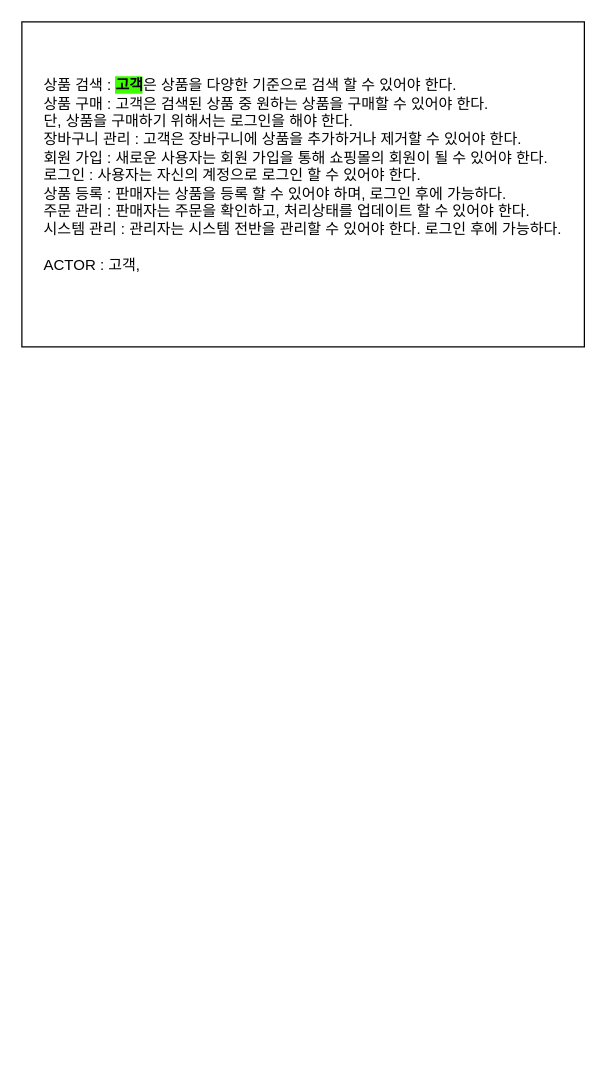
Above: 제목 없는 다이어그램.drawio in GyuminGomin/Architecture (draw.io), before the change. Source tidied: cells renumbered, new cells numbered last; positions are measured from the earlier drawing's top-left corner, leaving out a move shared by most shapes. Both pictures are drawn from the tidied source at 125%, with x=0, y=0 at pixel (21, 21).
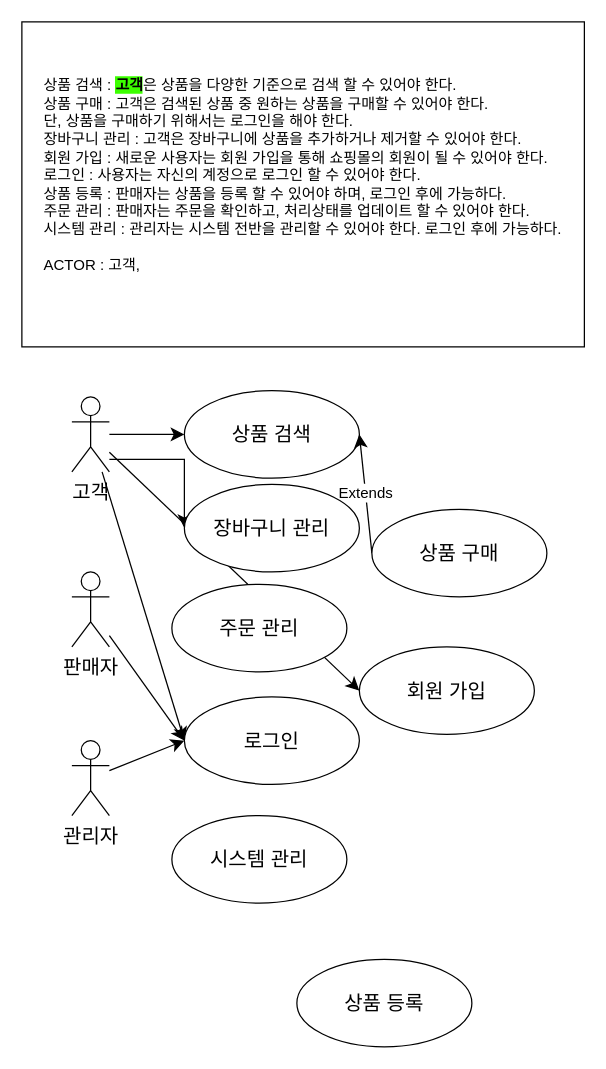
The same page after the edit.

Commit message:
제목 없는 다이어그램.drawio 업데이트

Diff of the diagram source:
```diff
@@
+    <mxCell id="3" style="edgeStyle=none;curved=1;rounded=0;jettySize=auto;html=1;entryX=0;entryY=0.5;entryDx=0;entryDy=0;fontSize=12;startSize=8;endSize=8;" parent="1" edge="1" source="7" target="12">
+      <mxGeometry relative="1" as="geometry" />
+    </mxCell>
+    <mxCell id="4" style="edgeStyle=none;curved=1;rounded=0;jettySize=auto;html=1;entryX=0;entryY=0.5;entryDx=0;entryDy=0;fontSize=12;startSize=8;endSize=8;" parent="1" edge="1" source="7" target="17">
+      <mxGeometry relative="1" as="geometry" />
+    </mxCell>
+    <mxCell id="5" style="edgeStyle=none;curved=1;rounded=0;jettySize=auto;html=1;entryX=0;entryY=0.5;entryDx=0;entryDy=0;fontSize=12;startSize=8;endSize=8;" parent="1" edge="1" source="7" target="16">
+      <mxGeometry relative="1" as="geometry" />
+    </mxCell>
+    <mxCell id="6" style="edgeStyle=orthogonalEdgeStyle;rounded=0;jettySize=auto;html=1;entryX=0;entryY=0.5;entryDx=0;entryDy=0;fontSize=12;startSize=8;endSize=8;" parent="1" edge="1" source="7" target="15">
+      <mxGeometry relative="1" as="geometry">
+        <Array as="points">
+          <mxPoint x="130" y="350" />
+        </Array>
+      </mxGeometry>
+    </mxCell>
+    <mxCell id="7" value="고객" style="shape=umlActor;verticalLabelPosition=bottom;verticalAlign=top;html=1;fontSize=16;" parent="1" vertex="1">
+      <mxGeometry x="40" y="300" width="30" height="60" as="geometry" />
+    </mxCell>
+    <mxCell id="8" style="edgeStyle=none;curved=1;rounded=0;jettySize=auto;html=1;fontSize=12;startSize=8;endSize=8;entryX=0;entryY=0.5;entryDx=0;entryDy=0;" parent="1" edge="1" source="9" target="17">
+      <mxGeometry relative="1" as="geometry" />
+    </mxCell>
+    <mxCell id="9" value="판매자" style="shape=umlActor;verticalLabelPosition=bottom;verticalAlign=top;html=1;fontSize=16;" parent="1" vertex="1">
+      <mxGeometry x="40" y="440" width="30" height="60" as="geometry" />
+    </mxCell>
+    <mxCell id="10" style="edgeStyle=none;curved=1;rounded=0;jettySize=auto;html=1;entryX=0;entryY=0.5;entryDx=0;entryDy=0;fontSize=12;startSize=8;endSize=8;" parent="1" edge="1" source="11" target="17">
+      <mxGeometry relative="1" as="geometry" />
+    </mxCell>
+    <mxCell id="11" value="관리자" style="shape=umlActor;verticalLabelPosition=bottom;verticalAlign=top;html=1;fontSize=16;" parent="1" vertex="1">
+      <mxGeometry x="40" y="575" width="30" height="60" as="geometry" />
+    </mxCell>
+    <mxCell id="12" value="상품 검색" style="ellipse;whiteSpace=wrap;html=1;fontSize=16;" parent="1" vertex="1">
+      <mxGeometry x="130" y="295" width="140" height="70" as="geometry" />
+    </mxCell>
+    <mxCell id="13" value="Extends" style="edgeStyle=none;curved=1;rounded=0;jettySize=auto;html=1;entryX=1;entryY=0.5;entryDx=0;entryDy=0;fontSize=12;startSize=8;endSize=8;exitX=0;exitY=0.5;exitDx=0;exitDy=0;" parent="1" edge="1" source="14" target="12">
+      <mxGeometry relative="1" as="geometry" />
+    </mxCell>
+    <mxCell id="14" value="상품 구매" style="ellipse;whiteSpace=wrap;html=1;fontSize=16;" parent="1" vertex="1">
+      <mxGeometry x="280" y="390" width="140" height="70" as="geometry" />
+    </mxCell>
+    <mxCell id="15" value="장바구니 관리" style="ellipse;whiteSpace=wrap;html=1;fontSize=16;" parent="1" vertex="1">
+      <mxGeometry x="130" y="370" width="140" height="70" as="geometry" />
+    </mxCell>
+    <mxCell id="16" value="회원 가입" style="ellipse;whiteSpace=wrap;html=1;fontSize=16;" parent="1" vertex="1">
+      <mxGeometry x="270" y="500" width="140" height="70" as="geometry" />
+    </mxCell>
+    <mxCell id="17" value="로그인" style="ellipse;whiteSpace=wrap;html=1;fontSize=16;" parent="1" vertex="1">
+      <mxGeometry x="130" y="540" width="140" height="70" as="geometry" />
+    </mxCell>
+    <mxCell id="18" value="상품 등록" style="ellipse;whiteSpace=wrap;html=1;fontSize=16;" parent="1" vertex="1">
+      <mxGeometry x="220" y="750" width="140" height="70" as="geometry" />
+    </mxCell>
+    <mxCell id="19" value="주문 관리" style="ellipse;whiteSpace=wrap;html=1;fontSize=16;" parent="1" vertex="1">
+      <mxGeometry x="120" y="450" width="140" height="70" as="geometry" />
+    </mxCell>
+    <mxCell id="20" value="시스템 관리" style="ellipse;whiteSpace=wrap;html=1;fontSize=16;" parent="1" vertex="1">
+      <mxGeometry x="120" y="635" width="140" height="70" as="geometry" />
+    </mxCell>
```
